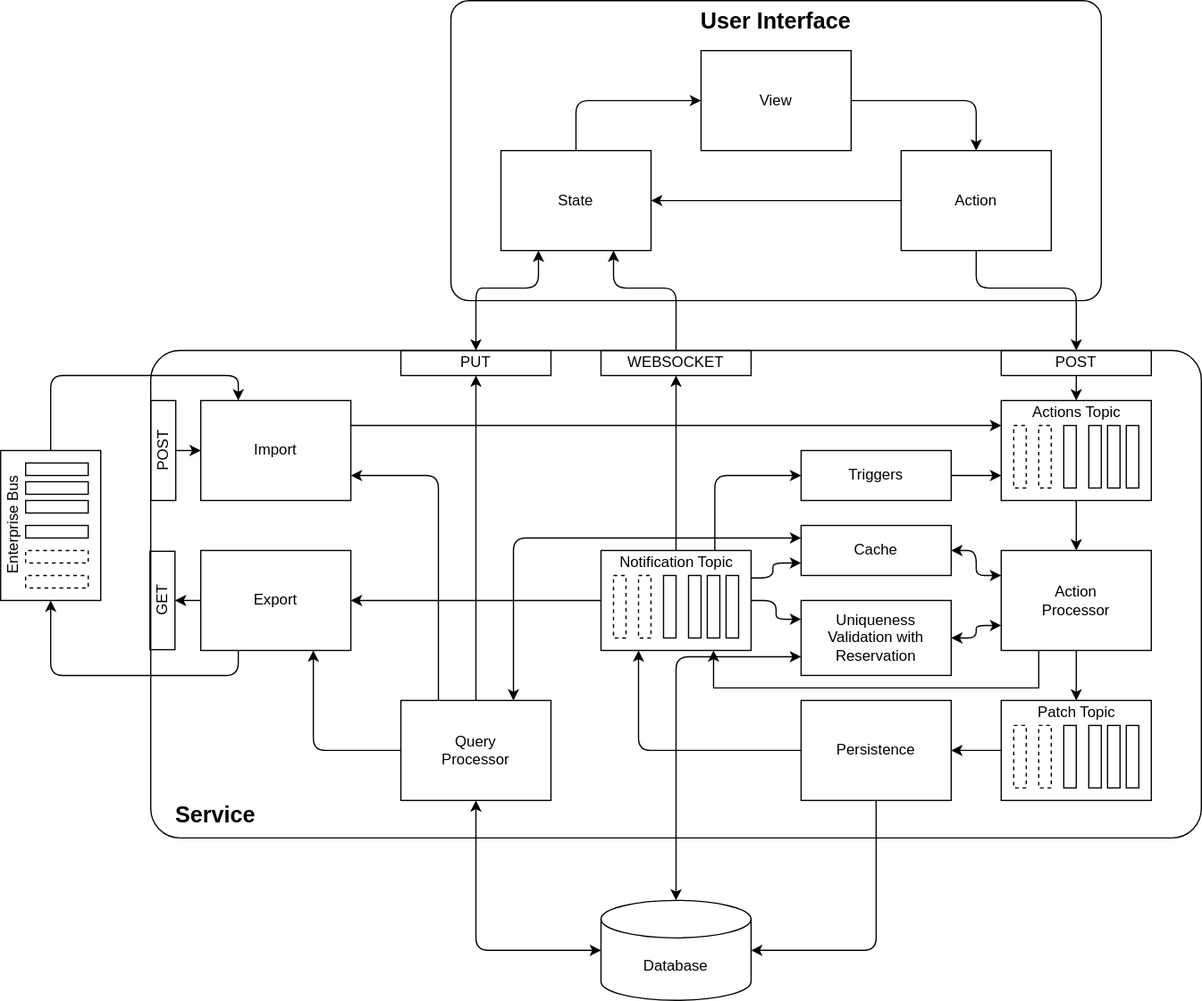
Before: architecture-overview.svg, a diagram exported from draw.io (YuriyGorvitovskiy/state-patch-sql). Source tidied: cells renumbered, new cells last; positions are measured from the earlier drawing's top-left corner, leaving out a move shared by most shapes.
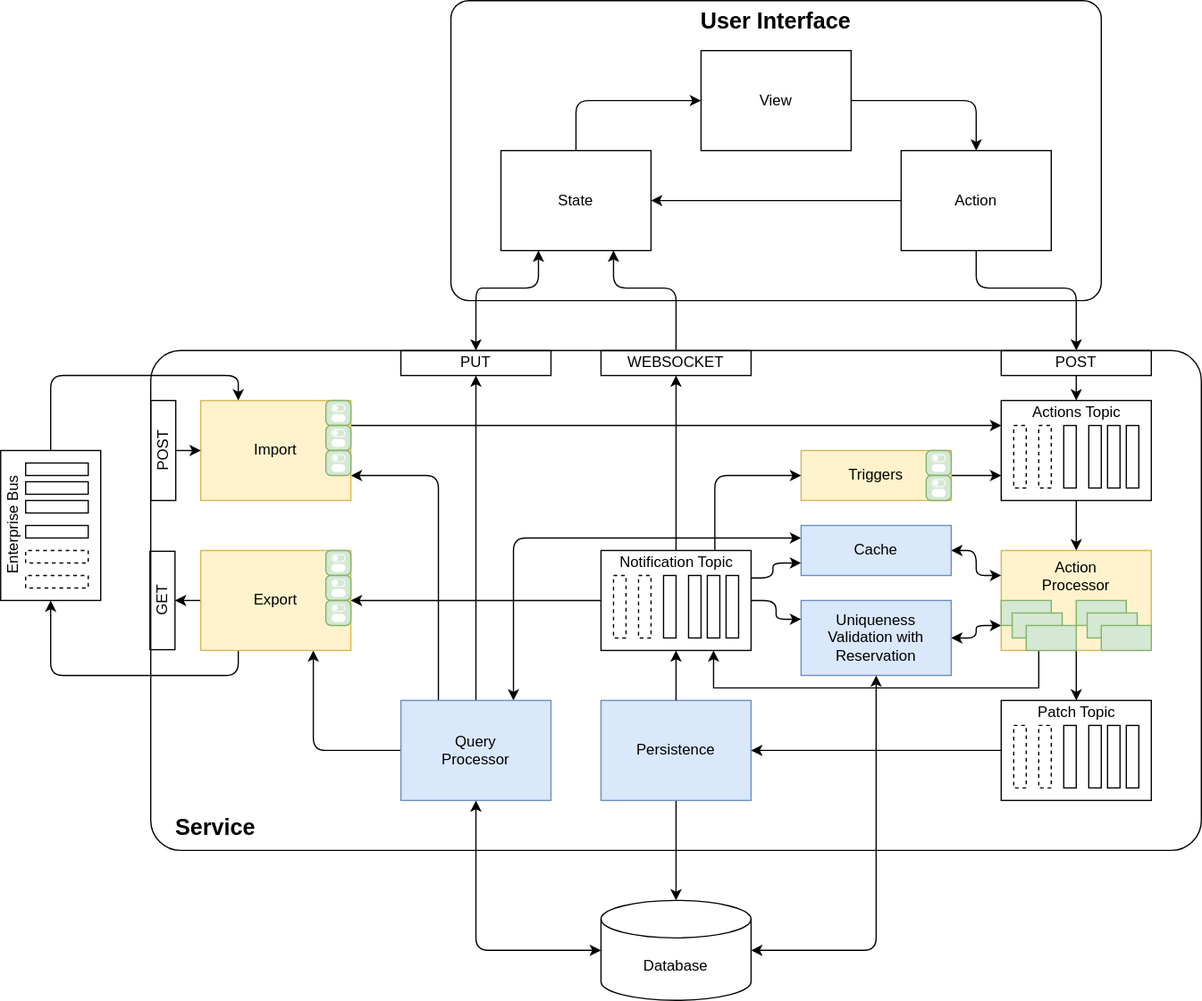
After the change.

The edit, as a diff of the source:
```diff
@@ -3,7 +3,7 @@
     <mxCell id="0" />
     <mxCell id="1" parent="0" />
     <mxCell id="2" value="&lt;font style=&quot;font-size: 18px&quot;&gt;&lt;b&gt;Service&lt;/b&gt;&lt;/font&gt;" style="rounded=1;whiteSpace=wrap;html=1;fillColor=none;fontSize=12;arcSize=6;align=left;verticalAlign=bottom;spacingLeft=18;spacingBottom=4;spacingRight=18;" parent="1" vertex="1">
-      <mxGeometry x="155" y="280" width="840" height="390" as="geometry" />
+      <mxGeometry x="155" y="280" width="840" height="400" as="geometry" />
     </mxCell>
     <mxCell id="3" value="User Interface" style="whiteSpace=wrap;html=1;fillColor=none;align=center;horizontal=1;verticalAlign=top;fontStyle=1;fontSize=18;rounded=1;arcSize=6;" parent="1" vertex="1">
       <mxGeometry x="395" width="520" height="240" as="geometry" />
@@ -72,7 +72,7 @@
     <mxCell id="21" style="edgeStyle=orthogonalEdgeStyle;rounded=1;jettySize=auto;html=1;exitX=1;exitY=0.5;exitDx=0;exitDy=0;entryX=0;entryY=0.75;entryDx=0;entryDy=0;startArrow=none;startFill=0;fontSize=12;" parent="1" edge="1" source="22" target="13">
       <mxGeometry relative="1" as="geometry" />
     </mxCell>
-    <mxCell id="22" value="Triggers" style="whiteSpace=wrap;html=1;fillColor=none;" parent="1" vertex="1">
+    <mxCell id="22" value="Triggers" style="whiteSpace=wrap;html=1;fillColor=#fff2cc;strokeColor=#d6b656;" parent="1" vertex="1">
       <mxGeometry x="675" y="360" width="120" height="40" as="geometry" />
     </mxCell>
     <mxCell id="23" style="edgeStyle=orthogonalEdgeStyle;rounded=0;jettySize=auto;html=1;exitX=0.5;exitY=1;exitDx=0;exitDy=0;startArrow=none;startFill=0;fontSize=12;" parent="1" edge="1" source="25" target="34">
@@ -86,7 +86,7 @@
         </Array>
       </mxGeometry>
     </mxCell>
-    <mxCell id="25" value="Action&lt;br&gt;Processor" style="whiteSpace=wrap;html=1;fillColor=none;" parent="1" vertex="1">
+    <mxCell id="25" value="Action&lt;br&gt;Processor" style="whiteSpace=wrap;html=1;fillColor=#fff2cc;strokeColor=#d6b656;verticalAlign=top;align=center;" parent="1" vertex="1">
       <mxGeometry x="835" y="440" width="120" height="80" as="geometry" />
     </mxCell>
     <mxCell id="26" style="group;direction=west;" parent="1" vertex="1">
@@ -116,11 +116,11 @@
     <mxCell id="34" value="Patch Topic" style="text;html=1;align=center;verticalAlign=middle;points=[];" parent="26" vertex="1">
       <mxGeometry x="20" width="80" height="20" as="geometry" />
     </mxCell>
-    <mxCell id="35" style="edgeStyle=orthogonalEdgeStyle;jettySize=auto;html=1;exitX=0.5;exitY=1;exitDx=0;exitDy=0;entryX=1;entryY=0.5;entryDx=0;entryDy=0;entryPerimeter=0;startArrow=none;startFill=0;fontSize=12;" parent="1" edge="1" source="36" target="39">
+    <mxCell id="35" style="edgeStyle=orthogonalEdgeStyle;jettySize=auto;html=1;exitX=0.5;exitY=1;exitDx=0;exitDy=0;entryX=0.5;entryY=0;entryDx=0;entryDy=0;entryPerimeter=0;startArrow=none;startFill=0;fontSize=12;" parent="1" edge="1" source="36" target="39">
       <mxGeometry relative="1" as="geometry" />
     </mxCell>
-    <mxCell id="36" value="Persistence" style="whiteSpace=wrap;html=1;fillColor=none;" parent="1" vertex="1">
-      <mxGeometry x="675" y="560" width="120" height="80" as="geometry" />
+    <mxCell id="36" value="Persistence" style="whiteSpace=wrap;html=1;fillColor=#dae8fc;strokeColor=#6c8ebf;" parent="1" vertex="1">
+      <mxGeometry x="515" y="560" width="120" height="80" as="geometry" />
     </mxCell>
     <mxCell id="37" style="edgeStyle=orthogonalEdgeStyle;rounded=1;jettySize=auto;html=1;exitX=1;exitY=0.5;exitDx=0;exitDy=0;entryX=0;entryY=0.75;entryDx=0;entryDy=0;startArrow=classic;startFill=1;fontSize=12;" parent="1" edge="1" source="38" target="25">
       <mxGeometry relative="1" as="geometry">
@@ -130,7 +130,7 @@
         </Array>
       </mxGeometry>
     </mxCell>
-    <mxCell id="38" value="Uniqueness&lt;br&gt;Validation with Reservation" style="whiteSpace=wrap;html=1;fillColor=none;" parent="1" vertex="1">
+    <mxCell id="38" value="Uniqueness&lt;br&gt;Validation with Reservation" style="whiteSpace=wrap;html=1;fillColor=#dae8fc;strokeColor=#6c8ebf;" parent="1" vertex="1">
       <mxGeometry x="675" y="480" width="120" height="60" as="geometry" />
     </mxCell>
     <mxCell id="39" value="Database" style="shape=cylinder3;whiteSpace=wrap;html=1;boundedLbl=1;backgroundOutline=1;size=15;fillColor=none;" parent="1" vertex="1">
@@ -148,19 +148,19 @@
     <mxCell id="43" style="edgeStyle=orthogonalEdgeStyle;rounded=1;jettySize=auto;html=1;exitX=0;exitY=0.5;exitDx=0;exitDy=0;entryX=0.75;entryY=1;entryDx=0;entryDy=0;startArrow=none;startFill=0;fontSize=12;" parent="1" edge="1" source="44" target="69">
       <mxGeometry relative="1" as="geometry" />
     </mxCell>
-    <mxCell id="44" value="Query&lt;br&gt;Processor" style="whiteSpace=wrap;html=1;fillColor=none;" parent="1" vertex="1">
+    <mxCell id="44" value="Query&lt;br&gt;Processor" style="whiteSpace=wrap;html=1;fillColor=#dae8fc;strokeColor=#6c8ebf;" parent="1" vertex="1">
       <mxGeometry x="355" y="560" width="120" height="80" as="geometry" />
     </mxCell>
     <mxCell id="45" style="edgeStyle=orthogonalEdgeStyle;rounded=1;jettySize=auto;html=1;exitX=1;exitY=0.25;exitDx=0;exitDy=0;entryX=0;entryY=0.25;entryDx=0;entryDy=0;startArrow=none;startFill=0;fontSize=12;" parent="1" edge="1" source="46" target="13">
       <mxGeometry relative="1" as="geometry" />
     </mxCell>
-    <mxCell id="46" value="Import" style="whiteSpace=wrap;html=1;fillColor=none;" parent="1" vertex="1">
+    <mxCell id="46" value="Import" style="whiteSpace=wrap;html=1;fillColor=#fff2cc;strokeColor=#d6b656;" parent="1" vertex="1">
       <mxGeometry x="195" y="320" width="120" height="80" as="geometry" />
     </mxCell>
     <mxCell id="47" style="edgeStyle=orthogonalEdgeStyle;rounded=1;jettySize=auto;html=1;exitX=1;exitY=0.5;exitDx=0;exitDy=0;entryX=0;entryY=0.25;entryDx=0;entryDy=0;startArrow=classic;startFill=1;fontSize=12;" parent="1" edge="1" source="48" target="25">
       <mxGeometry relative="1" as="geometry" />
     </mxCell>
-    <mxCell id="48" value="Cache" style="whiteSpace=wrap;html=1;fillColor=none;" parent="1" vertex="1">
+    <mxCell id="48" value="Cache" style="whiteSpace=wrap;html=1;fillColor=#dae8fc;strokeColor=#6c8ebf;" parent="1" vertex="1">
       <mxGeometry x="675" y="420" width="120" height="40" as="geometry" />
     </mxCell>
     <mxCell id="49" style="edgeStyle=orthogonalEdgeStyle;rounded=1;jettySize=auto;html=1;startArrow=none;startFill=0;fontSize=12;entryX=0.5;entryY=1;entryDx=0;entryDy=0;exitX=0.5;exitY=0.05;exitDx=0;exitDy=0;exitPerimeter=0;" parent="1" edge="1" source="85" target="50">
@@ -228,7 +228,7 @@
     <mxCell id="68" style="edgeStyle=orthogonalEdgeStyle;rounded=1;jettySize=auto;html=1;exitX=0.25;exitY=1;exitDx=0;exitDy=0;entryX=0;entryY=0.5;entryDx=0;entryDy=0;startArrow=none;startFill=0;fontSize=12;" parent="1" edge="1" source="69" target="59">
       <mxGeometry relative="1" as="geometry" />
     </mxCell>
-    <mxCell id="69" value="Export" style="whiteSpace=wrap;html=1;fillColor=none;" parent="1" vertex="1">
+    <mxCell id="69" value="Export" style="whiteSpace=wrap;html=1;fillColor=#fff2cc;strokeColor=#d6b656;" parent="1" vertex="1">
       <mxGeometry x="195" y="440" width="120" height="80" as="geometry" />
     </mxCell>
     <mxCell id="70" style="edgeStyle=orthogonalEdgeStyle;rounded=0;jettySize=auto;html=1;exitX=0;exitY=0.5;exitDx=0;exitDy=0;entryX=1;entryY=0.5;entryDx=0;entryDy=0;startArrow=none;startFill=0;fontSize=12;" parent="1" edge="1" source="27" target="36">
@@ -237,12 +237,8 @@
     <mxCell id="71" style="edgeStyle=orthogonalEdgeStyle;rounded=0;jettySize=auto;html=1;exitX=0.5;exitY=1;exitDx=0;exitDy=0;startArrow=none;startFill=0;fontSize=12;" parent="1" edge="1" source="13" target="25">
       <mxGeometry relative="1" as="geometry" />
     </mxCell>
-    <mxCell id="72" style="edgeStyle=orthogonalEdgeStyle;rounded=1;jettySize=auto;html=1;exitX=0.5;exitY=0;exitDx=0;exitDy=0;entryX=0;entryY=0.75;entryDx=0;entryDy=0;startArrow=classic;startFill=1;fontSize=12;exitPerimeter=0;" parent="1" edge="1" source="39" target="38">
-      <mxGeometry relative="1" as="geometry">
-        <Array as="points">
-          <mxPoint x="575" y="525" />
-        </Array>
-      </mxGeometry>
+    <mxCell id="72" style="edgeStyle=orthogonalEdgeStyle;rounded=1;jettySize=auto;html=1;exitX=1;exitY=0.5;exitDx=0;exitDy=0;entryX=0.5;entryY=1;entryDx=0;entryDy=0;startArrow=classic;startFill=1;fontSize=12;exitPerimeter=0;" parent="1" edge="1" source="39" target="38">
+      <mxGeometry relative="1" as="geometry" />
     </mxCell>
     <mxCell id="73" style="edgeStyle=orthogonalEdgeStyle;rounded=1;jettySize=auto;html=1;exitX=0;exitY=0.5;exitDx=0;exitDy=0;entryX=0.5;entryY=1;entryDx=0;entryDy=0;startArrow=classic;startFill=1;fontSize=12;exitPerimeter=0;" parent="1" edge="1" source="39" target="44">
       <mxGeometry relative="1" as="geometry">
@@ -251,12 +247,8 @@
         </Array>
       </mxGeometry>
     </mxCell>
-    <mxCell id="74" style="edgeStyle=orthogonalEdgeStyle;jettySize=auto;html=1;entryX=0.25;entryY=1;entryDx=0;entryDy=0;startArrow=none;startFill=0;fontSize=12;exitX=0;exitY=0.5;exitDx=0;exitDy=0;" parent="1" edge="1" source="36" target="78">
-      <mxGeometry relative="1" as="geometry">
-        <Array as="points">
-          <mxPoint x="545" y="600" />
-        </Array>
-      </mxGeometry>
+    <mxCell id="74" style="edgeStyle=orthogonalEdgeStyle;jettySize=auto;html=1;entryX=0.5;entryY=1;entryDx=0;entryDy=0;startArrow=none;startFill=0;fontSize=12;exitX=0.5;exitY=0;exitDx=0;exitDy=0;" parent="1" edge="1" source="36" target="78">
+      <mxGeometry relative="1" as="geometry" />
     </mxCell>
     <mxCell id="75" style="edgeStyle=orthogonalEdgeStyle;rounded=1;jettySize=auto;html=1;exitX=1.036;exitY=1.1;exitDx=0;exitDy=0;entryX=0;entryY=0.75;entryDx=0;entryDy=0;startArrow=none;startFill=0;fontSize=12;exitPerimeter=0;" parent="1" edge="1" source="85" target="48">
       <mxGeometry relative="1" as="geometry" />
@@ -305,5 +297,47 @@
         </Array>
       </mxGeometry>
     </mxCell>
+    <mxCell id="89" style="rounded=0;whiteSpace=wrap;html=1;fillColor=#d5e8d4;strokeColor=#82b366;" parent="1" vertex="1">
+      <mxGeometry x="895" y="480" width="40" height="20" as="geometry" />
+    </mxCell>
+    <mxCell id="90" style="rounded=0;whiteSpace=wrap;html=1;fillColor=#d5e8d4;strokeColor=#82b366;" parent="1" vertex="1">
+      <mxGeometry x="903.8" y="490" width="40" height="20" as="geometry" />
+    </mxCell>
+    <mxCell id="91" style="rounded=0;whiteSpace=wrap;html=1;fillColor=#d5e8d4;strokeColor=#82b366;" parent="1" vertex="1">
+      <mxGeometry x="915" y="500" width="40" height="20" as="geometry" />
+    </mxCell>
+    <mxCell id="92" style="rounded=0;whiteSpace=wrap;html=1;fillColor=#d5e8d4;strokeColor=#82b366;" parent="1" vertex="1">
+      <mxGeometry x="835" y="480" width="40" height="20" as="geometry" />
+    </mxCell>
+    <mxCell id="93" style="rounded=0;whiteSpace=wrap;html=1;fillColor=#d5e8d4;strokeColor=#82b366;" parent="1" vertex="1">
+      <mxGeometry x="843.8" y="490" width="40" height="20" as="geometry" />
+    </mxCell>
+    <mxCell id="94" style="rounded=0;whiteSpace=wrap;html=1;fillColor=#d5e8d4;strokeColor=#82b366;" parent="1" vertex="1">
+      <mxGeometry x="855" y="500" width="40" height="20" as="geometry" />
+    </mxCell>
+    <mxCell id="95" style="html=1;strokeWidth=1;shadow=0;dashed=0;shape=mxgraph.ios7.misc.switch;fillColor=#d5e8d4;strokeColor=#82b366;buttonText=;strokeColor2=#222222;fontSize=8;verticalLabelPosition=bottom;verticalAlign=top;align=center;" parent="1" vertex="1">
+      <mxGeometry x="295" y="320" width="20" height="20" as="geometry" />
+    </mxCell>
+    <mxCell id="96" style="html=1;strokeWidth=1;shadow=0;dashed=0;shape=mxgraph.ios7.misc.switch;fillColor=#d5e8d4;strokeColor=#82b366;buttonText=;strokeColor2=#222222;fontSize=8;verticalLabelPosition=bottom;verticalAlign=top;align=center;" parent="1" vertex="1">
+      <mxGeometry x="295" y="340" width="20" height="20" as="geometry" />
+    </mxCell>
+    <mxCell id="97" style="html=1;strokeWidth=1;shadow=0;dashed=0;shape=mxgraph.ios7.misc.switch;fillColor=#d5e8d4;strokeColor=#82b366;buttonText=;strokeColor2=#222222;fontSize=8;verticalLabelPosition=bottom;verticalAlign=top;align=center;" parent="1" vertex="1">
+      <mxGeometry x="295" y="360" width="20" height="20" as="geometry" />
+    </mxCell>
+    <mxCell id="98" style="html=1;strokeWidth=1;shadow=0;dashed=0;shape=mxgraph.ios7.misc.switch;fillColor=#d5e8d4;strokeColor=#82b366;buttonText=;strokeColor2=#222222;fontSize=8;verticalLabelPosition=bottom;verticalAlign=top;align=center;" parent="1" vertex="1">
+      <mxGeometry x="295" y="440" width="20" height="20" as="geometry" />
+    </mxCell>
+    <mxCell id="99" style="html=1;strokeWidth=1;shadow=0;dashed=0;shape=mxgraph.ios7.misc.switch;fillColor=#d5e8d4;strokeColor=#82b366;buttonText=;strokeColor2=#222222;fontSize=8;verticalLabelPosition=bottom;verticalAlign=top;align=center;" parent="1" vertex="1">
+      <mxGeometry x="295" y="460" width="20" height="20" as="geometry" />
+    </mxCell>
+    <mxCell id="100" style="html=1;strokeWidth=1;shadow=0;dashed=0;shape=mxgraph.ios7.misc.switch;fillColor=#d5e8d4;strokeColor=#82b366;buttonText=;strokeColor2=#222222;fontSize=8;verticalLabelPosition=bottom;verticalAlign=top;align=center;" parent="1" vertex="1">
+      <mxGeometry x="295" y="480" width="20" height="20" as="geometry" />
+    </mxCell>
+    <mxCell id="101" style="html=1;strokeWidth=1;shadow=0;dashed=0;shape=mxgraph.ios7.misc.switch;fillColor=#d5e8d4;strokeColor=#82b366;buttonText=;strokeColor2=#222222;fontSize=8;verticalLabelPosition=bottom;verticalAlign=top;align=center;" parent="1" vertex="1">
+      <mxGeometry x="775" y="360" width="20" height="20" as="geometry" />
+    </mxCell>
+    <mxCell id="102" style="html=1;strokeWidth=1;shadow=0;dashed=0;shape=mxgraph.ios7.misc.switch;fillColor=#d5e8d4;strokeColor=#82b366;buttonText=;strokeColor2=#222222;fontSize=8;verticalLabelPosition=bottom;verticalAlign=top;align=center;" parent="1" vertex="1">
+      <mxGeometry x="775" y="380" width="20" height="20" as="geometry" />
+    </mxCell>
   </root>
 </mxGraphModel>
```
